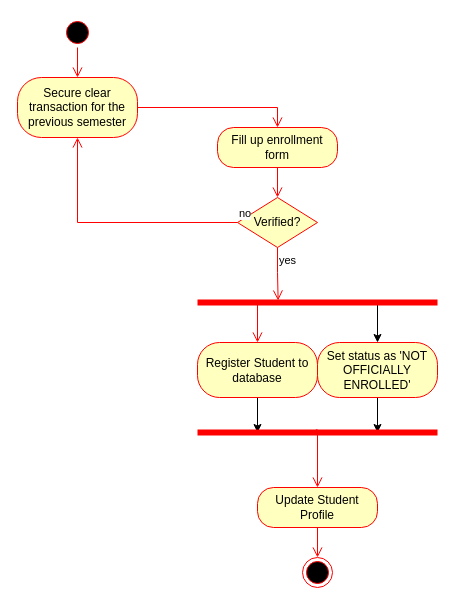
John-Rey-Pial/Draw-IO keeps this draw.io diagram as Untitled Diagram.drawio. Above is the earlier version. Source tidied: cells renumbered, new cells numbered last; positions are measured from the earlier drawing's top-left corner, leaving out a move shared by most shapes. Both pictures are drawn from the tidied source at 100%, with x=0, y=0 at pixel (17, 17).
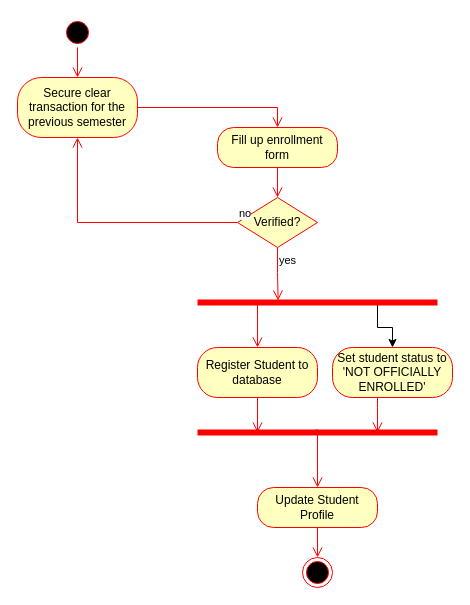
The same diagram, later.

Commit message (it also covers changes not shown here):
ACTIVITY DIAGRAM 2

The change refers to these unchanged cells:
```xml
<mxCell id="16" style="shape=line;html=1;strokeWidth=6;strokeColor=#ff0000;" parent="1" vertex="1">
  <mxGeometry x="180" y="280" width="240" height="10" as="geometry" />
</mxCell>
<mxCell id="18" style="shape=line;html=1;strokeWidth=6;strokeColor=#ff0000;" parent="1" vertex="1">
  <mxGeometry x="180" y="410" width="240" height="10" as="geometry" />
</mxCell>
```

Diff of the diagram source:
```diff
@@
-    <mxCell id="11" style="edgeStyle=orthogonalEdgeStyle;rounded=0;jettySize=auto;html=1;exitX=0.5;exitY=1;exitDx=0;exitDy=0;entryX=0.25;entryY=0.5;entryDx=0;entryDy=0;entryPerimeter=0;" parent="1" edge="1" source="12" target="18">
-      <mxGeometry relative="1" as="geometry" />
-    </mxCell>
-    <mxCell id="12" value="Register Student to database" style="rounded=1;whiteSpace=wrap;html=1;arcSize=40;fontColor=#000000;fillColor=#ffffc0;strokeColor=#ff0000;" parent="1" vertex="1">
-      <mxGeometry x="180" y="325" width="120" height="55" as="geometry" />
-    </mxCell>
-    <mxCell id="13" style="edgeStyle=orthogonalEdgeStyle;rounded=0;jettySize=auto;html=1;exitX=0.5;exitY=1;exitDx=0;exitDy=0;entryX=0.75;entryY=0.5;entryDx=0;entryDy=0;entryPerimeter=0;" parent="1" edge="1" source="14" target="18">
-      <mxGeometry relative="1" as="geometry" />
-    </mxCell>
-    <mxCell id="14" value="Set status as 'NOT OFFICIALLY ENROLLED'" style="rounded=1;whiteSpace=wrap;html=1;arcSize=40;fontColor=#000000;fillColor=#ffffc0;strokeColor=#ff0000;" parent="1" vertex="1">
-      <mxGeometry x="300" y="325" width="120" height="55" as="geometry" />
-    </mxCell>
-    <mxCell id="15" style="edgeStyle=orthogonalEdgeStyle;rounded=0;jettySize=auto;html=1;exitX=0.75;exitY=0.5;exitDx=0;exitDy=0;exitPerimeter=0;entryX=0.5;entryY=0;entryDx=0;entryDy=0;" parent="1" edge="1" source="16" target="14">
-      <mxGeometry relative="1" as="geometry" />
-    </mxCell>
+    <mxCell id="23" style="edgeStyle=orthogonalEdgeStyle;rounded=0;jettySize=auto;html=1;exitX=0.75;exitY=0.5;exitDx=0;exitDy=0;exitPerimeter=0;entryX=0.5;entryY=0;entryDx=0;entryDy=0;" parent="1" edge="1" source="16" target="24">
+      <mxGeometry relative="1" as="geometry" />
+    </mxCell>
@@
-    <mxCell id="17" style="edgeStyle=orthogonalEdgeStyle;html=1;verticalAlign=bottom;endArrow=open;endSize=8;strokeColor=#ff0000;rounded=0;exitX=0.25;exitY=0.5;exitDx=0;exitDy=0;exitPerimeter=0;" parent="1" edge="1" source="16" target="12">
+    <mxCell id="17" style="edgeStyle=orthogonalEdgeStyle;html=1;verticalAlign=bottom;endArrow=open;endSize=8;strokeColor=#ff0000;rounded=0;exitX=0.25;exitY=0.5;exitDx=0;exitDy=0;exitPerimeter=0;entryX=0.5;entryY=0;entryDx=0;entryDy=0;" parent="1" edge="1" source="16" target="12">
       <mxGeometry relative="1" as="geometry" />
     </mxCell>
@@
+    <mxCell id="12" value="Register Student to database" style="rounded=1;whiteSpace=wrap;html=1;arcSize=40;fontColor=#000000;fillColor=#ffffc0;strokeColor=#ff0000;" parent="1" vertex="1">
+      <mxGeometry x="180" y="330" width="120" height="50" as="geometry" />
+    </mxCell>
+    <mxCell id="11" style="edgeStyle=orthogonalEdgeStyle;html=1;verticalAlign=bottom;endArrow=open;endSize=8;strokeColor=#ff0000;rounded=0;entryX=0.25;entryY=0.5;entryDx=0;entryDy=0;entryPerimeter=0;" parent="1" edge="1" source="12" target="18">
+      <mxGeometry relative="1" as="geometry" />
+    </mxCell>
+    <mxCell id="24" value="Set student status to 'NOT OFFICIALLY ENROLLED'" style="rounded=1;whiteSpace=wrap;html=1;arcSize=40;fontColor=#000000;fillColor=#ffffc0;strokeColor=#ff0000;" parent="1" vertex="1">
+      <mxGeometry x="315" y="330" width="120" height="50" as="geometry" />
+    </mxCell>
+    <mxCell id="25" style="edgeStyle=orthogonalEdgeStyle;html=1;verticalAlign=bottom;endArrow=open;endSize=8;strokeColor=#ff0000;rounded=0;entryX=0.75;entryY=0.5;entryDx=0;entryDy=0;entryPerimeter=0;" parent="1" edge="1" target="18">
+      <mxGeometry relative="1" as="geometry">
+        <mxPoint x="360" y="380" as="sourcePoint" />
+        <Array as="points">
+          <mxPoint x="360" y="390" />
+          <mxPoint x="360" y="390" />
+        </Array>
+      </mxGeometry>
+    </mxCell>
```
